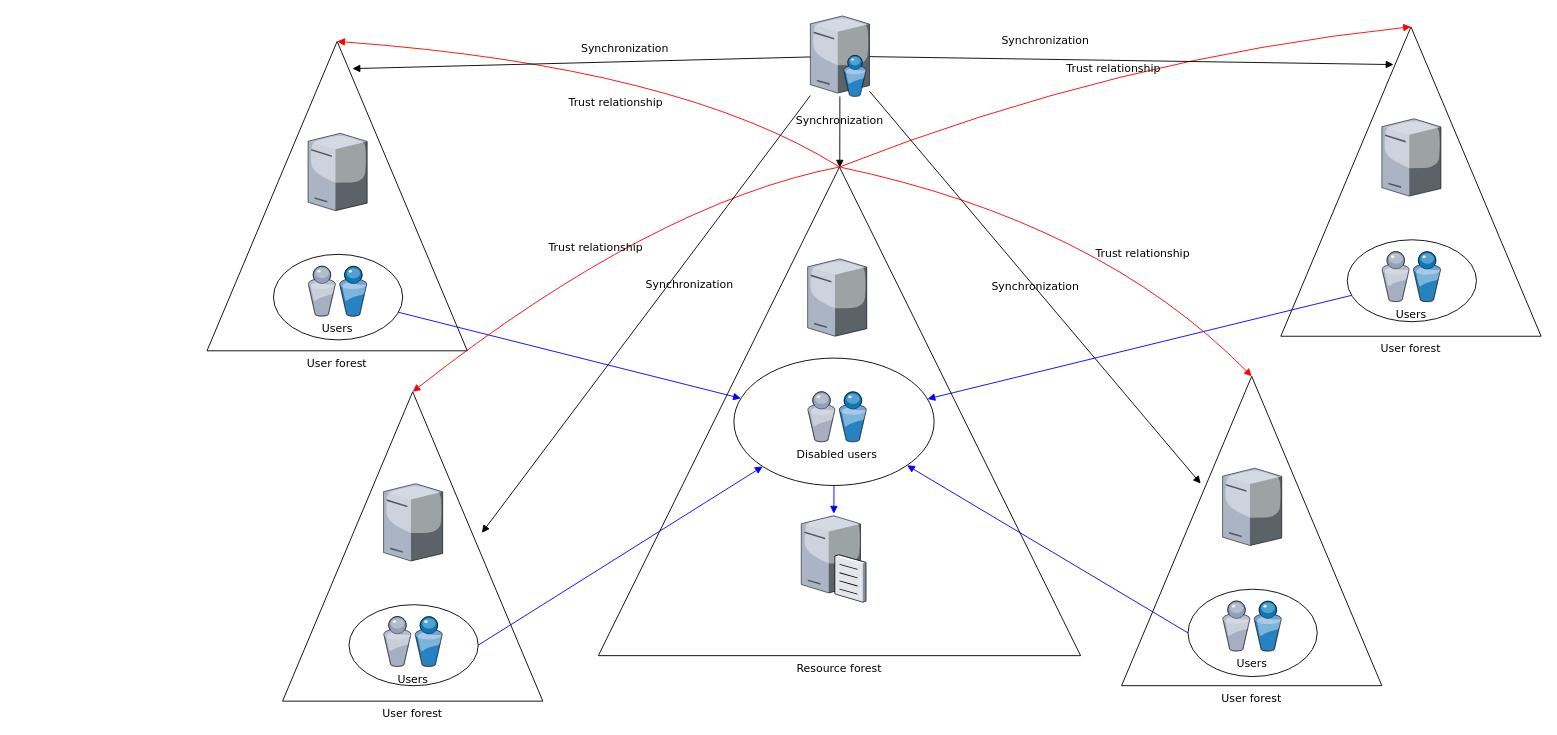
Earlier version of the draw.io diagram 未命名绘图.drawio (liweizhen111/markdownTest). Source tidied: cells renumbered, new cells numbered last; positions are measured from the earlier drawing's top-left corner, leaving out a move shared by most shapes. Both pictures are drawn from the tidied source at 91%, with x=0, y=0 at pixel (207, 15).
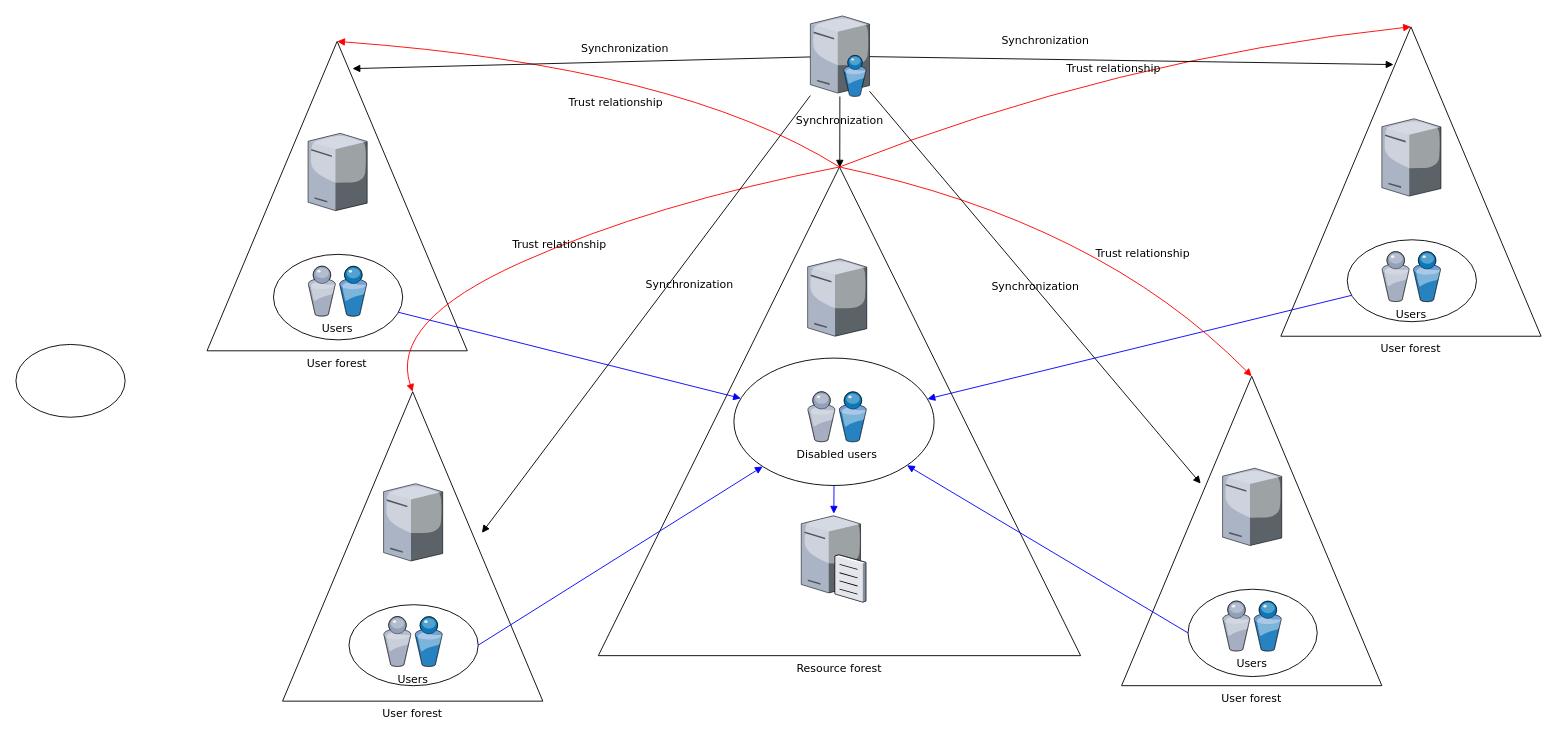
After the change.

Commit message:
更新未命名绘图.drawio

Unchanged cells that the change refers to:
```xml
<mxCell id="2" value="Resource forest" style="triangle;whiteSpace=wrap;html=1;rounded=0;shadow=0;comic=0;strokeWidth=1;fontFamily=Verdana;direction=north;labelPosition=center;verticalLabelPosition=bottom;align=center;verticalAlign=top;" parent="1" vertex="1">
  <mxGeometry x="430" y="166" width="530" height="537" as="geometry" />
</mxCell>
<mxCell id="24" value="User forest" style="triangle;whiteSpace=wrap;html=1;rounded=0;shadow=0;comic=0;strokeWidth=1;fontFamily=Verdana;direction=north;labelPosition=center;verticalLabelPosition=bottom;align=center;verticalAlign=top;" parent="1" vertex="1">
  <mxGeometry x="83" y="413" width="286" height="340" as="geometry" />
</mxCell>
```

Diff of the diagram source:
```diff
@@
-<mxGraphModel>
+<mxGraphModel background="#ffffff">
@@
     <mxCell id="34" value="Trust relationship" style="html=1;exitX=1;exitY=0.5;labelBackgroundColor=none;startFill=0;endArrow=block;endFill=1;strokeColor=#FF0000;strokeWidth=1;fontFamily=Verdana;fontSize=12;entryX=1;entryY=0.5;curved=1;" parent="1" edge="1" source="2" target="24">
       <mxGeometry x="0.06" relative="1" as="geometry">
         <Array as="points">
           <mxPoint x="490" y="206" />
+          <mxPoint x="200" y="336" />
         </Array>
       </mxGeometry>
     </mxCell>
@@
+    <mxCell id="38" style="ellipse;whiteSpace=wrap;html=1;" parent="1" vertex="1">
+      <mxGeometry x="-210" y="361" width="120" height="80" as="geometry" />
+    </mxCell>
```
